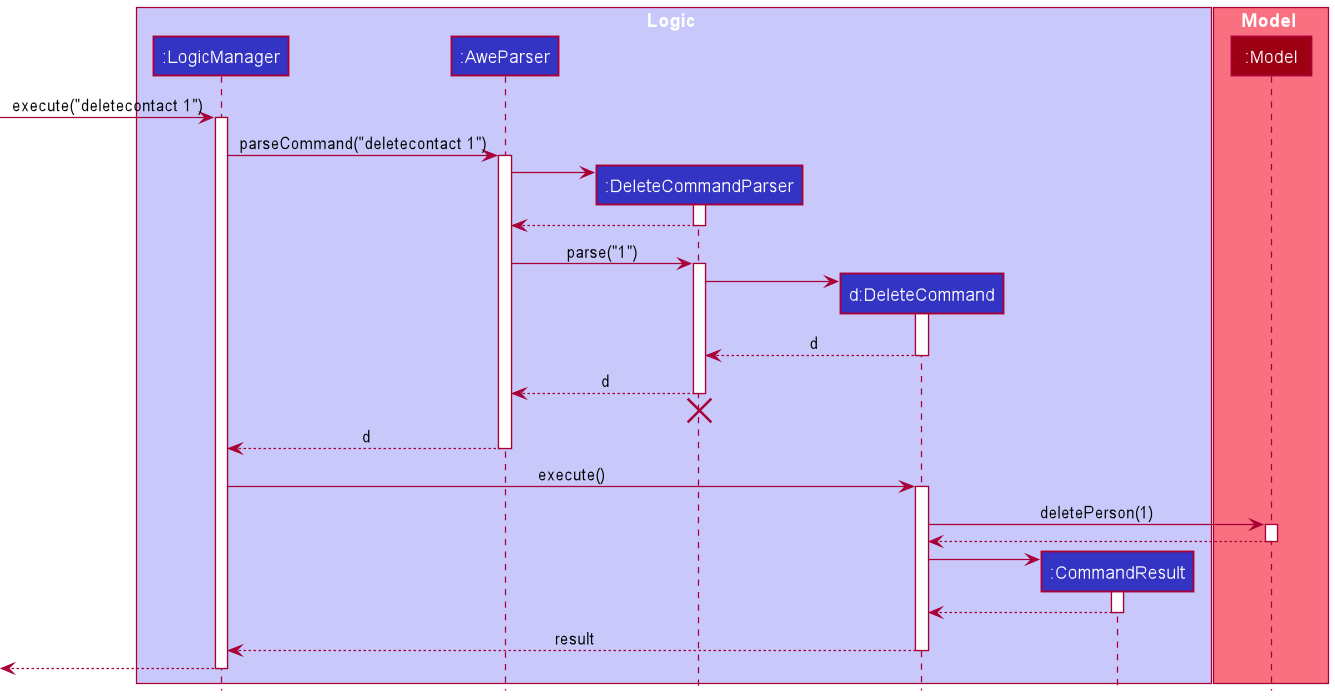
The PlantUML diagram docs/images/DeleteSequenceDiagram.png in ramapriyan912001/tp, before a commit.
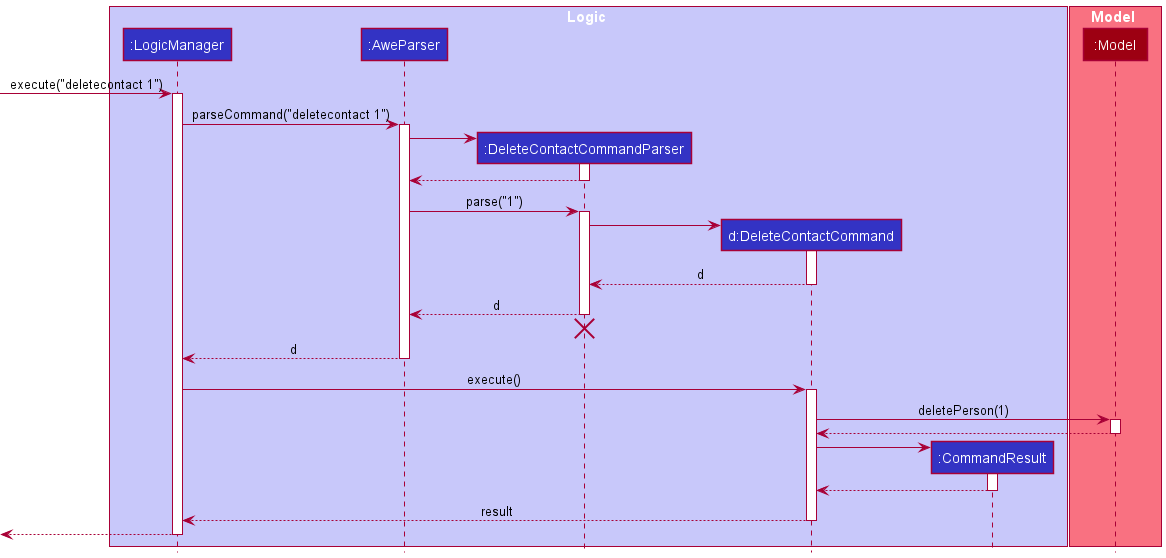
Later version of the same file.

Commit message:
Update delete contact diagram

Diff of the diagram source:
```diff
@@ -4,8 +4,8 @@
 box Logic LOGIC_COLOR_T1
 participant ":LogicManager" as LogicManager LOGIC_COLOR
 participant ":AweParser" as AweParser LOGIC_COLOR
-participant ":DeleteCommandParser" as DeleteCommandParser LOGIC_COLOR
-participant "d:DeleteCommand" as DeleteCommand LOGIC_COLOR
+participant ":DeleteContactCommandParser" as DeleteContactCommandParser LOGIC_COLOR
+participant "d:DeleteContactCommand" as DeleteContactCommand LOGIC_COLOR
 participant ":CommandResult" as CommandResult LOGIC_COLOR
 end box
 
@@ -19,49 +19,49 @@
 LogicManager -> AweParser : parseCommand("deletecontact 1")
 activate AweParser
 
-create DeleteCommandParser
-AweParser -> DeleteCommandParser
-activate DeleteCommandParser
+create DeleteContactCommandParser
+AweParser -> DeleteContactCommandParser
+activate DeleteContactCommandParser
 
-DeleteCommandParser --> AweParser
-deactivate DeleteCommandParser
+DeleteContactCommandParser --> AweParser
+deactivate DeleteContactCommandParser
 
-AweParser -> DeleteCommandParser : parse("1")
-activate DeleteCommandParser
+AweParser -> DeleteContactCommandParser : parse("1")
+activate DeleteContactCommandParser
 
-create DeleteCommand
-DeleteCommandParser -> DeleteCommand
-activate DeleteCommand
+create DeleteContactCommand
+DeleteContactCommandParser -> DeleteContactCommand
+activate DeleteContactCommand
 
-DeleteCommand --> DeleteCommandParser : d
-deactivate DeleteCommand
+DeleteContactCommand --> DeleteContactCommandParser : d
+deactivate DeleteContactCommand
 
-DeleteCommandParser --> AweParser : d
-deactivate DeleteCommandParser
-DeleteCommandParser -[hidden]-> AweParser
-destroy DeleteCommandParser
+DeleteContactCommandParser --> AweParser : d
+deactivate DeleteContactCommandParser
+DeleteContactCommandParser -[hidden]-> AweParser
+destroy DeleteContactCommandParser
 
 AweParser --> LogicManager : d
 deactivate AweParser
 
-LogicManager -> DeleteCommand : execute()
-activate DeleteCommand
+LogicManager -> DeleteContactCommand : execute()
+activate DeleteContactCommand
 
-DeleteCommand -> Model : deletePerson(1)
+DeleteContactCommand -> Model : deletePerson(1)
 activate Model
 
-Model --> DeleteCommand
+Model --> DeleteContactCommand
 deactivate Model
 
 create CommandResult
-DeleteCommand -> CommandResult
+DeleteContactCommand -> CommandResult
 activate CommandResult
 
-CommandResult --> DeleteCommand
+CommandResult --> DeleteContactCommand
 deactivate CommandResult
 
-DeleteCommand --> LogicManager : result
-deactivate DeleteCommand
+DeleteContactCommand --> LogicManager : result
+deactivate DeleteContactCommand
 
 [<--LogicManager
 deactivate LogicManager
```
